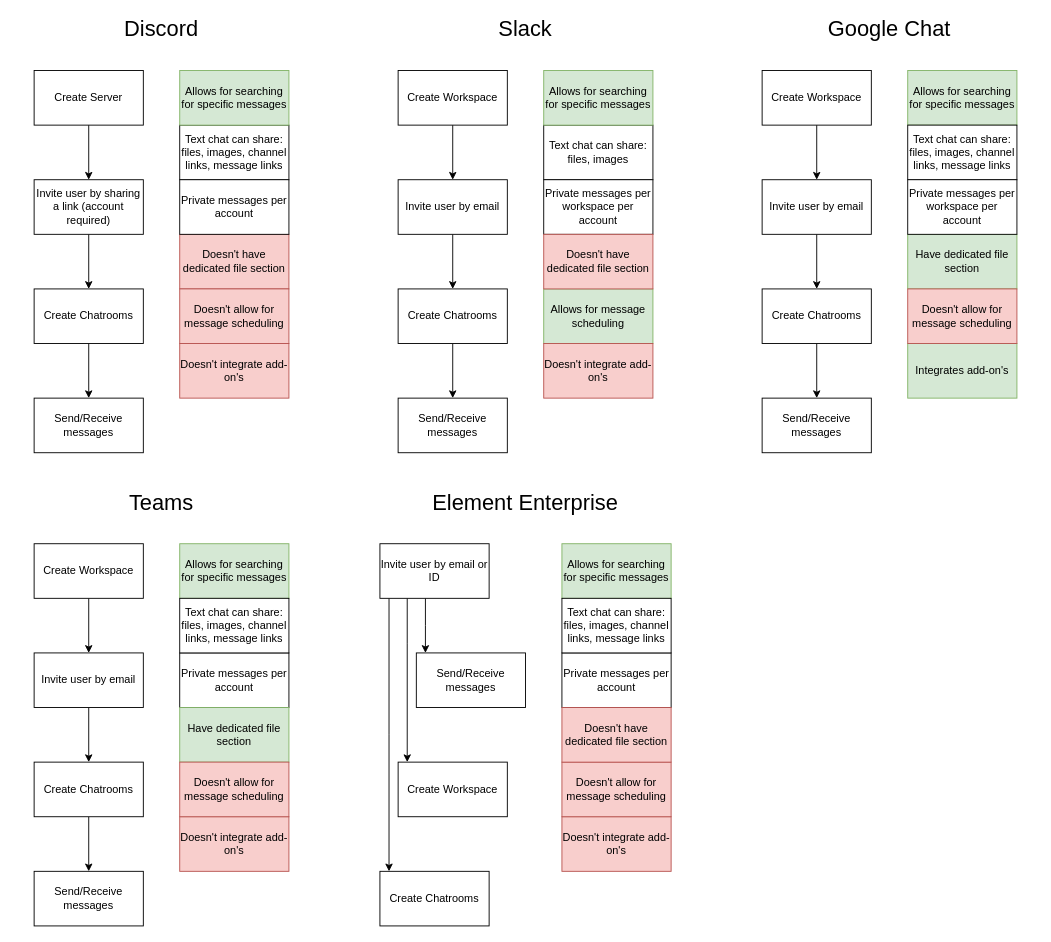
This is internship_s8/chat_flow_diagrams.drawio from Gryfin123/diagrams_with_no_context, a draw.io file, before an edit. Source tidied: cells renumbered, new cells numbered last; positions are measured from the earlier drawing's top-left corner, leaving out a move shared by most shapes. Both pictures are drawn from the tidied source at 91%, with x=0, y=0 at pixel (15, 15).
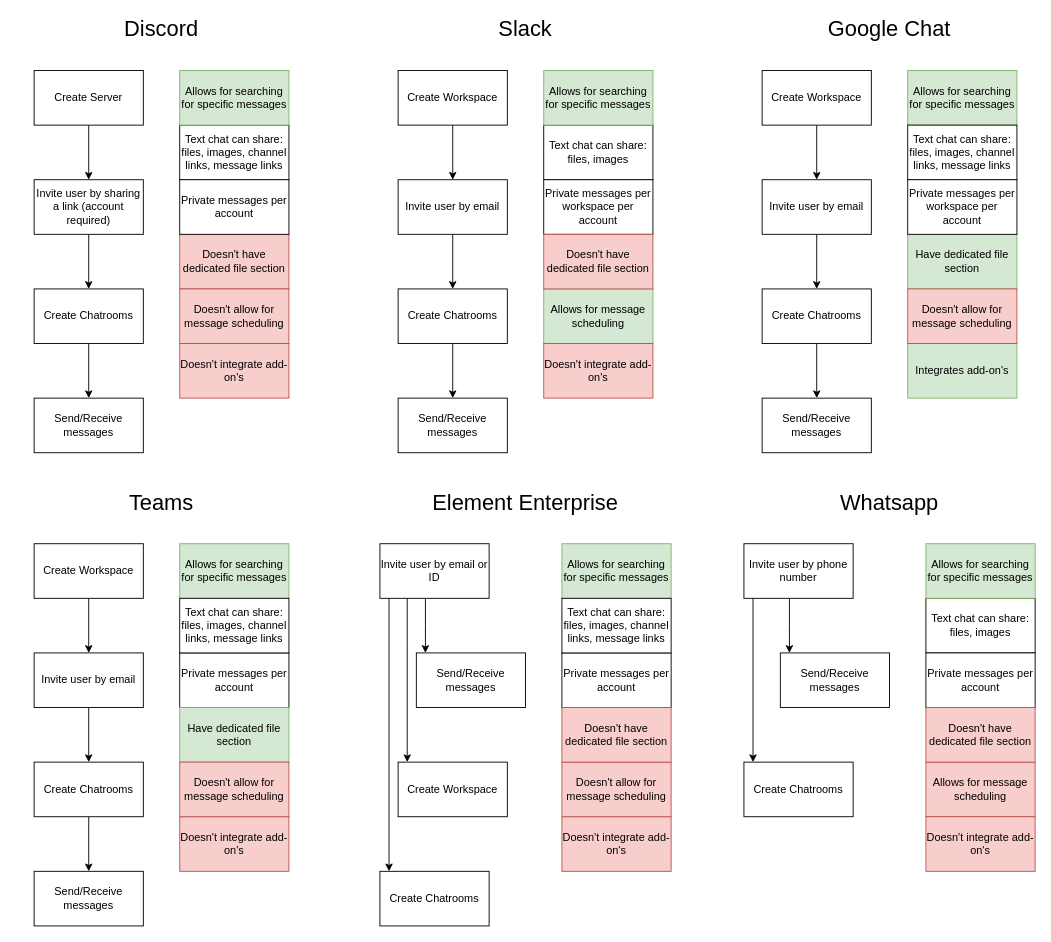
The same page after the edit.

Change to the diagram source:
```diff
@@
+    <mxCell id="72" value="&lt;font style=&quot;font-size: 24px;&quot;&gt;Whatsapp&lt;br&gt;&lt;/font&gt;" style="text;html=1;align=center;verticalAlign=middle;whiteSpace=wrap;rounded=0;" parent="1" vertex="1">
+      <mxGeometry x="820" y="520" width="280" height="30" as="geometry" />
+    </mxCell>
+    <mxCell id="73" style="edgeStyle=orthogonalEdgeStyle;rounded=0;jettySize=auto;html=1;" parent="1" edge="1" target="77">
+      <mxGeometry relative="1" as="geometry">
+        <mxPoint x="850" y="640" as="sourcePoint" />
+        <Array as="points">
+          <mxPoint x="850" y="670" />
+          <mxPoint x="850" y="670" />
+        </Array>
+      </mxGeometry>
+    </mxCell>
+    <mxCell id="74" style="edgeStyle=orthogonalEdgeStyle;rounded=0;jettySize=auto;html=1;" parent="1" edge="1" source="75" target="76">
+      <mxGeometry relative="1" as="geometry">
+        <Array as="points">
+          <mxPoint x="810" y="730" />
+          <mxPoint x="810" y="730" />
+        </Array>
+      </mxGeometry>
+    </mxCell>
+    <mxCell id="75" value="Invite user by phone number" style="rounded=0;whiteSpace=wrap;html=1;" parent="1" vertex="1">
+      <mxGeometry x="800" y="580" width="120" height="60" as="geometry" />
+    </mxCell>
+    <mxCell id="76" value="Create Chatrooms" style="rounded=0;whiteSpace=wrap;html=1;" parent="1" vertex="1">
+      <mxGeometry x="800" y="820" width="120" height="60" as="geometry" />
+    </mxCell>
+    <mxCell id="77" value="Send/Receive messages" style="rounded=0;whiteSpace=wrap;html=1;" parent="1" vertex="1">
+      <mxGeometry x="840" y="700" width="120" height="60" as="geometry" />
+    </mxCell>
+    <mxCell id="78" value="Text chat can share: files, images" style="rounded=0;whiteSpace=wrap;html=1;" parent="1" vertex="1">
+      <mxGeometry x="1000" y="640" width="120" height="60" as="geometry" />
+    </mxCell>
+    <mxCell id="79" value="Allows for searching for specific messages" style="rounded=0;whiteSpace=wrap;html=1;fillColor=#d5e8d4;strokeColor=#82b366;" parent="1" vertex="1">
+      <mxGeometry x="1000" y="580" width="120" height="60" as="geometry" />
+    </mxCell>
+    <mxCell id="80" value="Private messages per account" style="rounded=0;whiteSpace=wrap;html=1;" parent="1" vertex="1">
+      <mxGeometry x="1000" y="700" width="120" height="60" as="geometry" />
+    </mxCell>
+    <mxCell id="81" value="Allows for message scheduling" style="rounded=0;whiteSpace=wrap;html=1;fillColor=#f8cecc;strokeColor=#b85450;" parent="1" vertex="1">
+      <mxGeometry x="1000" y="820" width="120" height="60" as="geometry" />
+    </mxCell>
+    <mxCell id="82" value="Doesn't have dedicated file section" style="rounded=0;whiteSpace=wrap;html=1;fillColor=#f8cecc;strokeColor=#b85450;" parent="1" vertex="1">
+      <mxGeometry x="1000" y="760" width="120" height="60" as="geometry" />
+    </mxCell>
+    <mxCell id="83" value="Doesn't integrate&amp;nbsp;add-on's" style="rounded=0;whiteSpace=wrap;html=1;fillColor=#f8cecc;strokeColor=#b85450;" parent="1" vertex="1">
+      <mxGeometry x="1000" y="880" width="120" height="60" as="geometry" />
+    </mxCell>
```
